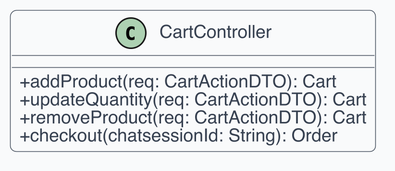
This is src/PB/Documentazione Esterna/Contenuti/componenti_specifiche_tecniche/assets/uml_backend/03_cartcontroller.png from swenightpro/Documentazione, a PlantUML export, as it was before one commit. The source it was exported from:
```plantuml
@startuml
skinparam dpi 300
skinparam shadowing false
skinparam backgroundColor White
skinparam defaultFontName Helvetica
skinparam defaultFontSize 12
skinparam ArrowColor #4B5563
skinparam ArrowThickness 1
skinparam roundcorner 8
skinparam class {
  BackgroundColor #F9FAFB
  BorderColor #4B5563
  FontColor #111827
  AttributeFontColor #374151
  StereotypeFontColor #6B7280
}
skinparam classAttributeIconSize 0
class CartController {
  +addProduct(req: CartActionDTO): Cart
  +updateQuantity(req: CartActionDTO): Cart
  +removeProduct(req: CartActionDTO): Cart
  +checkout(chatsessionId: String): Order
}
@enduml
```
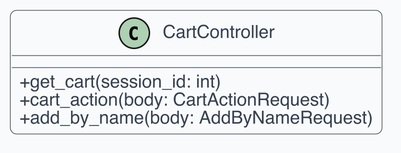
The same file after the commit.

What changed in the source:
```diff
@@ -15,10 +15,10 @@
   StereotypeFontColor #6B7280
 }
 skinparam classAttributeIconSize 0
-class CartController {
-  +addProduct(req: CartActionDTO): Cart
-  +updateQuantity(req: CartActionDTO): Cart
-  +removeProduct(req: CartActionDTO): Cart
-  +checkout(chatsessionId: String): Order
+
+class "CartController" as C1 {
+  + get_cart(session_id: int)
+  + cart_action(body: CartActionRequest)
+  + add_by_name(body: AddByNameRequest)
 }
 @enduml
```
